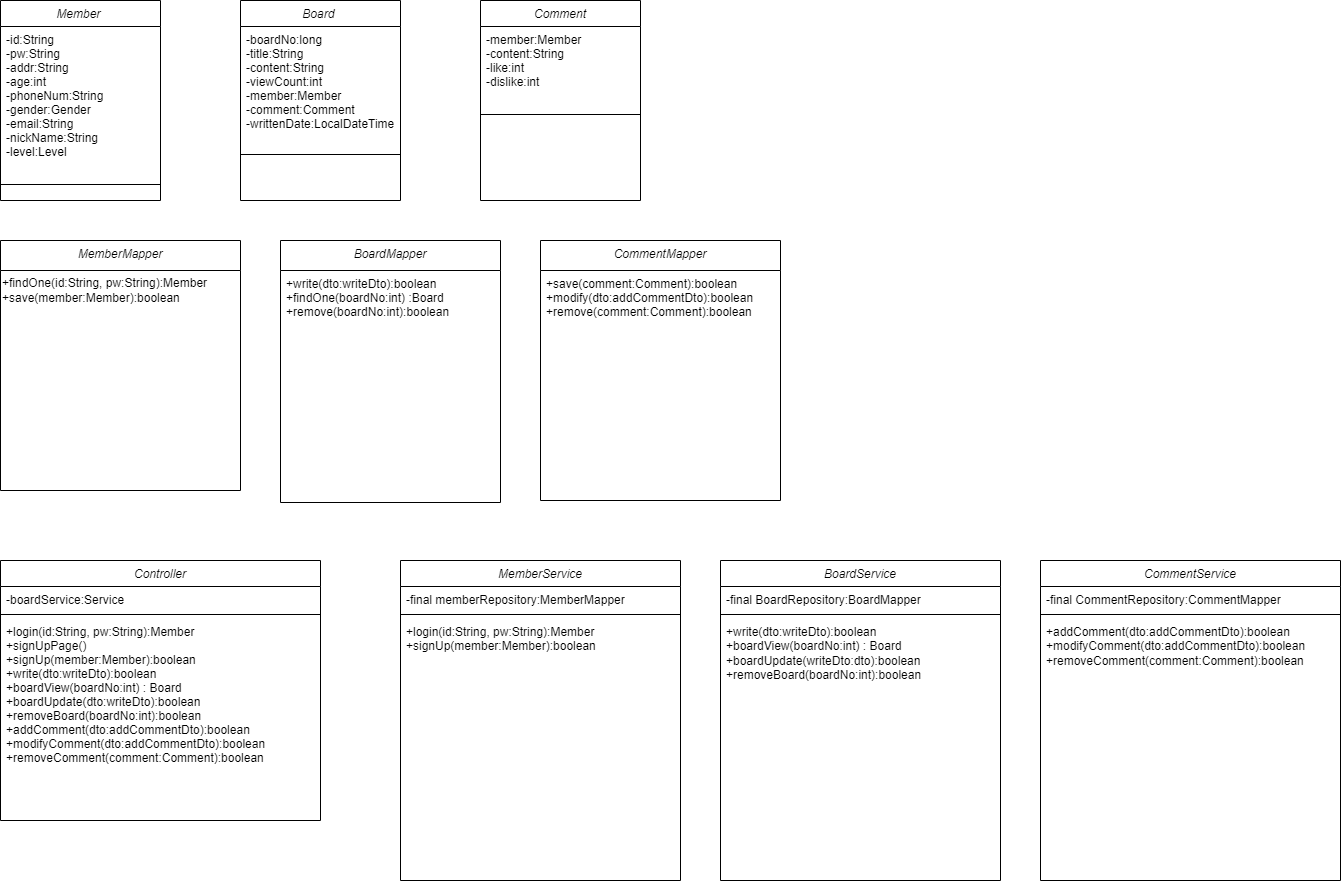
Earlier version of the draw.io export classdiagram/클래스다이어그램.drawio.png (foreverTeam4/four). Source tidied: cells renumbered, new cells last; positions are measured from the earlier drawing's top-left corner, leaving out a move shared by most shapes.
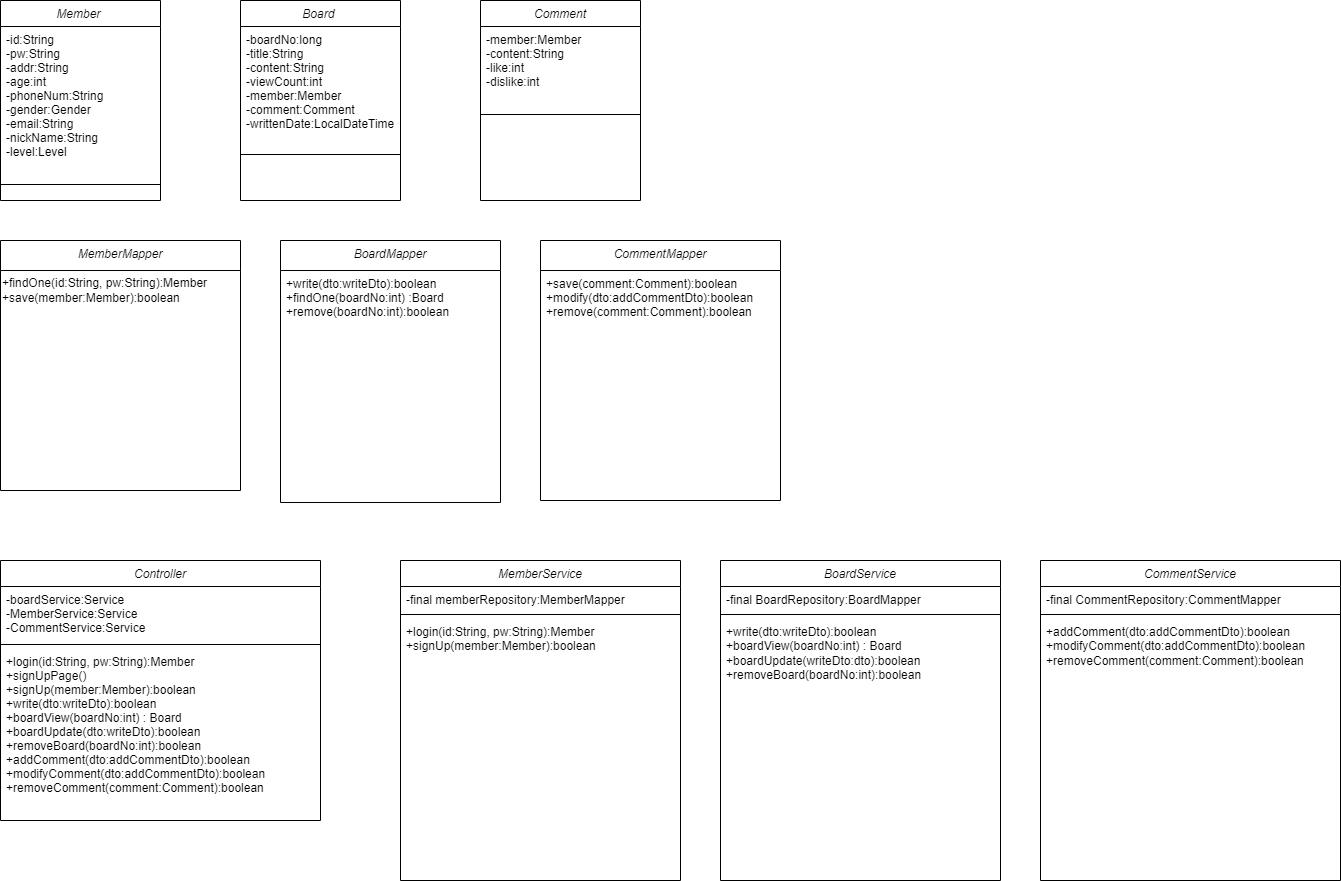
The same diagram one commit later.

Change to the diagram source:
```diff
@@ -32,14 +32,14 @@
     <mxCell id="11" value="Controller" style="swimlane;fontStyle=2;align=center;verticalAlign=top;horizontal=1;startSize=26;rounded=0;shadow=0;strokeWidth=1;" parent="1" vertex="1">
       <mxGeometry y="560" width="320" height="260" as="geometry" />
     </mxCell>
-    <mxCell id="12" value="-boardService:Service&#10;" style="text;align=left;verticalAlign=top;spacingLeft=4;spacingRight=4;overflow=hidden;rounded=0;shadow=0;html=0;" parent="11" vertex="1">
-      <mxGeometry y="26" width="320" height="24" as="geometry" />
+    <mxCell id="12" value="-boardService:Service&#10;-MemberService:Service&#10;-CommentService:Service&#10;" style="text;align=left;verticalAlign=top;spacingLeft=4;spacingRight=4;overflow=hidden;rounded=0;shadow=0;html=0;" parent="11" vertex="1">
+      <mxGeometry y="26" width="320" height="54" as="geometry" />
     </mxCell>
     <mxCell id="13" style="line;html=1;strokeWidth=1;align=left;verticalAlign=middle;spacingTop=-1;spacingLeft=3;spacingRight=3;labelPosition=right;" parent="11" vertex="1">
-      <mxGeometry y="50" width="320" height="8" as="geometry" />
+      <mxGeometry y="80" width="320" height="8" as="geometry" />
     </mxCell>
     <mxCell id="14" value="+login(id:String, pw:String):Member&#10;+signUpPage()&#10;+signUp(member:Member):boolean&#10;+write(dto:writeDto):boolean&#10;+boardView(boardNo:int) : Board&#10;+boardUpdate(dto:writeDto):boolean&#10;+removeBoard(boardNo:int):boolean&#10;+addComment(dto:addCommentDto):boolean&#10;+modifyComment(dto:addCommentDto):boolean&#10;+removeComment(comment:Comment):boolean" style="text;align=left;verticalAlign=top;spacingLeft=4;spacingRight=4;overflow=hidden;rounded=0;shadow=0;html=0;" parent="11" vertex="1">
-      <mxGeometry y="58" width="320" height="172" as="geometry" />
+      <mxGeometry y="88" width="320" height="172" as="geometry" />
     </mxCell>
     <mxCell id="15" value="MemberService" style="swimlane;fontStyle=2;align=center;verticalAlign=top;horizontal=1;startSize=26;rounded=0;shadow=0;strokeWidth=1;" parent="1" vertex="1">
       <mxGeometry x="400" y="560" width="280" height="320" as="geometry" />
```
